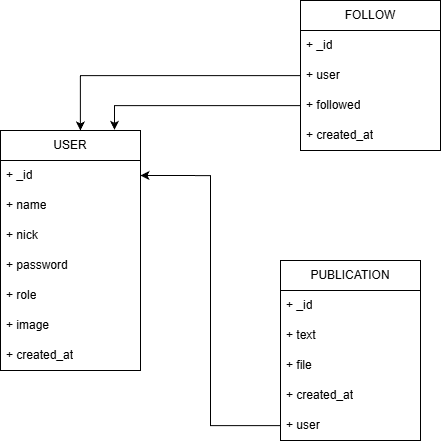
Above: api-rest/database/Diagram.drawio.png in Ezagu/red-social (draw.io), before the change. Source tidied: cells renumbered, new cells last; positions are measured from the earlier drawing's top-left corner, leaving out a move shared by most shapes.
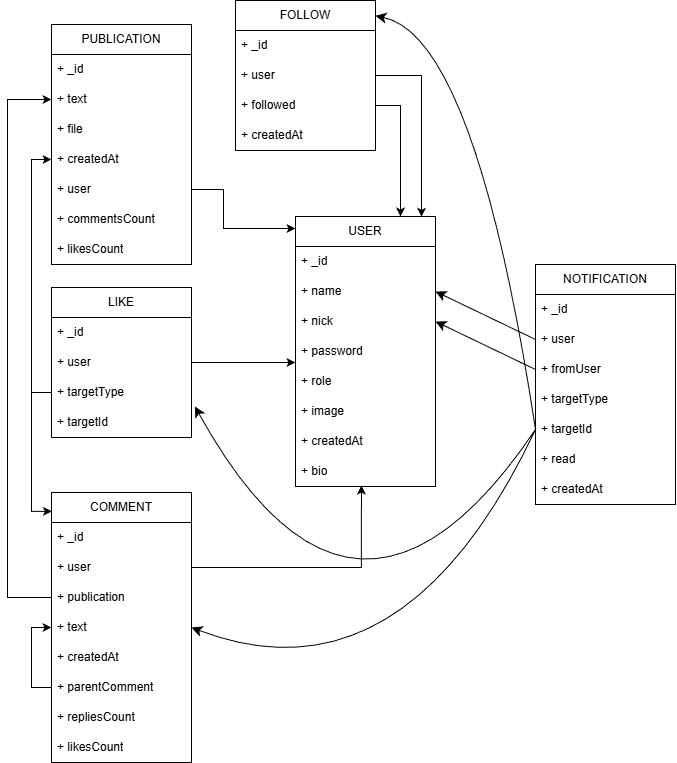
The same diagram one commit later.

The edit, as a diff of the source:
```diff
@@ -3,7 +3,7 @@
     <mxCell id="0" />
     <mxCell id="1" parent="0" />
     <mxCell id="2" value="USER" style="swimlane;fontStyle=0;horizontal=1;startSize=30;whiteSpace=wrap;html=1;" parent="1" vertex="1">
-      <mxGeometry y="130" width="140" height="240" as="geometry" />
+      <mxGeometry x="508" y="134" width="140" height="270" as="geometry" />
     </mxCell>
     <mxCell id="3" value="+ _id" style="text;strokeColor=none;fillColor=none;align=left;verticalAlign=middle;spacingLeft=4;spacingRight=4;overflow=hidden;points=[[0,0.5],[1,0.5]];portConstraint=eastwest;whiteSpace=wrap;html=1;" parent="2" vertex="1">
       <mxGeometry y="30" width="140" height="30" as="geometry" />
@@ -23,11 +23,14 @@
     <mxCell id="8" value="+ image" style="text;strokeColor=none;fillColor=none;align=left;verticalAlign=middle;spacingLeft=4;spacingRight=4;overflow=hidden;whiteSpace=wrap;html=1;" parent="2" vertex="1">
       <mxGeometry y="180" width="140" height="30" as="geometry" />
     </mxCell>
-    <mxCell id="9" value="+ created_at" style="text;strokeColor=none;fillColor=none;align=left;verticalAlign=middle;spacingLeft=4;spacingRight=4;overflow=hidden;whiteSpace=wrap;html=1;" parent="2" vertex="1">
+    <mxCell id="9" value="+ createdAt" style="text;strokeColor=none;fillColor=none;align=left;verticalAlign=middle;spacingLeft=4;spacingRight=4;overflow=hidden;whiteSpace=wrap;html=1;" parent="2" vertex="1">
       <mxGeometry y="210" width="140" height="30" as="geometry" />
     </mxCell>
+    <mxCell id="24" value="+ bio" style="text;strokeColor=none;fillColor=none;align=left;verticalAlign=middle;spacingLeft=4;spacingRight=4;overflow=hidden;points=[[0,0.5],[1,0.5]];portConstraint=eastwest;whiteSpace=wrap;html=1;" parent="2" vertex="1">
+      <mxGeometry y="240" width="140" height="30" as="geometry" />
+    </mxCell>
     <mxCell id="10" value="PUBLICATION" style="swimlane;fontStyle=0;horizontal=1;startSize=30;whiteSpace=wrap;html=1;" parent="1" vertex="1">
-      <mxGeometry x="280" y="260" width="140" height="180" as="geometry" />
+      <mxGeometry x="264" y="-58" width="140" height="240" as="geometry" />
     </mxCell>
     <mxCell id="11" value="+ _id" style="text;strokeColor=none;fillColor=none;align=left;verticalAlign=middle;spacingLeft=4;spacingRight=4;overflow=hidden;whiteSpace=wrap;html=1;" parent="10" vertex="1">
       <mxGeometry y="30" width="140" height="30" as="geometry" />
@@ -38,17 +41,20 @@
     <mxCell id="13" value="+ file" style="text;strokeColor=none;fillColor=none;align=left;verticalAlign=middle;spacingLeft=4;spacingRight=4;overflow=hidden;whiteSpace=wrap;html=1;" parent="10" vertex="1">
       <mxGeometry y="90" width="140" height="30" as="geometry" />
     </mxCell>
-    <mxCell id="14" value="+ created_at" style="text;strokeColor=none;fillColor=none;align=left;verticalAlign=middle;spacingLeft=4;spacingRight=4;overflow=hidden;points=[[0,0.5],[1,0.5]];portConstraint=eastwest;whiteSpace=wrap;html=1;" parent="10" vertex="1">
+    <mxCell id="14" value="+ createdAt" style="text;strokeColor=none;fillColor=none;align=left;verticalAlign=middle;spacingLeft=4;spacingRight=4;overflow=hidden;points=[[0,0.5],[1,0.5]];portConstraint=eastwest;whiteSpace=wrap;html=1;" parent="10" vertex="1">
       <mxGeometry y="120" width="140" height="30" as="geometry" />
     </mxCell>
     <mxCell id="15" value="+ user" style="text;strokeColor=none;fillColor=none;align=left;verticalAlign=middle;spacingLeft=4;spacingRight=4;overflow=hidden;points=[[0,0.5],[1,0.5]];portConstraint=eastwest;whiteSpace=wrap;html=1;" parent="10" vertex="1">
       <mxGeometry y="150" width="140" height="30" as="geometry" />
     </mxCell>
-    <mxCell id="16" style="edgeStyle=orthogonalEdgeStyle;rounded=0;jettySize=auto;html=1;entryX=1;entryY=0.5;entryDx=0;entryDy=0;" parent="1" edge="1" source="15" target="3">
-      <mxGeometry relative="1" as="geometry" />
-    </mxCell>
+    <mxCell id="25" value="+ commentsCount" style="text;strokeColor=none;fillColor=none;align=left;verticalAlign=middle;spacingLeft=4;spacingRight=4;overflow=hidden;whiteSpace=wrap;html=1;" parent="10" vertex="1">
+      <mxGeometry y="180" width="140" height="30" as="geometry" />
+    </mxCell>
+    <mxCell id="26" value="+ likesCount" style="text;strokeColor=none;fillColor=none;align=left;verticalAlign=middle;spacingLeft=4;spacingRight=4;overflow=hidden;whiteSpace=wrap;html=1;" parent="10" vertex="1">
+      <mxGeometry y="210" width="140" height="30" as="geometry" />
+    </mxCell>
     <mxCell id="17" value="FOLLOW" style="swimlane;fontStyle=0;horizontal=1;startSize=30;whiteSpace=wrap;html=1;" parent="1" vertex="1">
-      <mxGeometry x="300" width="140" height="150" as="geometry" />
+      <mxGeometry x="448" y="-82" width="140" height="150" as="geometry" />
     </mxCell>
     <mxCell id="18" value="+ _id" style="text;strokeColor=none;fillColor=none;align=left;verticalAlign=middle;spacingLeft=4;spacingRight=4;overflow=hidden;whiteSpace=wrap;html=1;" parent="17" vertex="1">
       <mxGeometry y="30" width="140" height="30" as="geometry" />
@@ -59,14 +65,143 @@
     <mxCell id="20" value="+ followed" style="text;strokeColor=none;fillColor=none;align=left;verticalAlign=middle;spacingLeft=4;spacingRight=4;overflow=hidden;points=[[0,0.5],[1,0.5]];portConstraint=eastwest;whiteSpace=wrap;html=1;" parent="17" vertex="1">
       <mxGeometry y="90" width="140" height="30" as="geometry" />
     </mxCell>
-    <mxCell id="21" value="+ created_at" style="text;strokeColor=none;fillColor=none;align=left;verticalAlign=middle;spacingLeft=4;spacingRight=4;overflow=hidden;whiteSpace=wrap;html=1;" parent="17" vertex="1">
+    <mxCell id="21" value="+ createdAt" style="text;strokeColor=none;fillColor=none;align=left;verticalAlign=middle;spacingLeft=4;spacingRight=4;overflow=hidden;whiteSpace=wrap;html=1;" parent="17" vertex="1">
       <mxGeometry y="120" width="140" height="30" as="geometry" />
     </mxCell>
+    <mxCell id="23" style="edgeStyle=orthogonalEdgeStyle;rounded=0;jettySize=auto;html=1;entryX=0.75;entryY=0;entryDx=0;entryDy=0;" parent="1" edge="1" source="20" target="2">
+      <mxGeometry relative="1" as="geometry" />
+    </mxCell>
+    <mxCell id="27" value="LIKE" style="swimlane;fontStyle=0;horizontal=1;startSize=30;whiteSpace=wrap;html=1;" parent="1" vertex="1">
+      <mxGeometry x="264" y="205" width="140" height="150" as="geometry" />
+    </mxCell>
+    <mxCell id="28" value="+ _id" style="text;strokeColor=none;fillColor=none;align=left;verticalAlign=middle;spacingLeft=4;spacingRight=4;overflow=hidden;whiteSpace=wrap;html=1;" parent="27" vertex="1">
+      <mxGeometry y="30" width="140" height="30" as="geometry" />
+    </mxCell>
+    <mxCell id="29" value="+ user" style="text;strokeColor=none;fillColor=none;align=left;verticalAlign=middle;spacingLeft=4;spacingRight=4;overflow=hidden;points=[[0,0.5],[1,0.5]];portConstraint=eastwest;whiteSpace=wrap;html=1;" parent="27" vertex="1">
+      <mxGeometry y="60" width="140" height="30" as="geometry" />
+    </mxCell>
+    <mxCell id="30" value="+ targetType" style="text;strokeColor=none;fillColor=none;align=left;verticalAlign=middle;spacingLeft=4;spacingRight=4;overflow=hidden;points=[[0,0.5],[1,0.5]];portConstraint=eastwest;whiteSpace=wrap;html=1;" parent="27" vertex="1">
+      <mxGeometry y="90" width="140" height="30" as="geometry" />
+    </mxCell>
+    <mxCell id="31" value="+ targetId" style="text;strokeColor=none;fillColor=none;align=left;verticalAlign=middle;spacingLeft=4;spacingRight=4;overflow=hidden;points=[[0,0.5],[1,0.5]];portConstraint=eastwest;whiteSpace=wrap;html=1;" parent="27" vertex="1">
+      <mxGeometry y="120" width="140" height="30" as="geometry" />
+    </mxCell>
+    <mxCell id="32" style="edgeStyle=orthogonalEdgeStyle;rounded=0;jettySize=auto;html=1;exitX=1;exitY=0.5;exitDx=0;exitDy=0;entryX=1;entryY=0.5;entryDx=0;entryDy=0;" parent="1" edge="1" target="14">
+      <mxGeometry relative="1" as="geometry" />
+    </mxCell>
+    <mxCell id="33" value="COMMENT" style="swimlane;fontStyle=0;horizontal=1;startSize=30;whiteSpace=wrap;html=1;" parent="1" vertex="1">
+      <mxGeometry x="264" y="410" width="140" height="270" as="geometry" />
+    </mxCell>
+    <mxCell id="34" value="+ _id" style="text;strokeColor=none;fillColor=none;align=left;verticalAlign=middle;spacingLeft=4;spacingRight=4;overflow=hidden;whiteSpace=wrap;html=1;" parent="33" vertex="1">
+      <mxGeometry y="30" width="140" height="30" as="geometry" />
+    </mxCell>
+    <mxCell id="35" value="+ user" style="text;strokeColor=none;fillColor=none;align=left;verticalAlign=middle;spacingLeft=4;spacingRight=4;overflow=hidden;points=[[0,0.5],[1,0.5]];portConstraint=eastwest;whiteSpace=wrap;html=1;" parent="33" vertex="1">
+      <mxGeometry y="60" width="140" height="30" as="geometry" />
+    </mxCell>
+    <mxCell id="36" value="+ publication" style="text;strokeColor=none;fillColor=none;align=left;verticalAlign=middle;spacingLeft=4;spacingRight=4;overflow=hidden;points=[[0,0.5],[1,0.5]];portConstraint=eastwest;whiteSpace=wrap;html=1;" parent="33" vertex="1">
+      <mxGeometry y="90" width="140" height="30" as="geometry" />
+    </mxCell>
+    <mxCell id="37" value="+ text" style="text;strokeColor=none;fillColor=none;align=left;verticalAlign=middle;spacingLeft=4;spacingRight=4;overflow=hidden;points=[[0,0.5],[1,0.5]];portConstraint=eastwest;whiteSpace=wrap;html=1;" parent="33" vertex="1">
+      <mxGeometry y="120" width="140" height="30" as="geometry" />
+    </mxCell>
+    <mxCell id="38" value="+ createdAt" style="text;strokeColor=none;fillColor=none;align=left;verticalAlign=middle;spacingLeft=4;spacingRight=4;overflow=hidden;whiteSpace=wrap;html=1;" parent="33" vertex="1">
+      <mxGeometry y="150" width="140" height="30" as="geometry" />
+    </mxCell>
+    <mxCell id="39" value="+ parentComment" style="text;strokeColor=none;fillColor=none;align=left;verticalAlign=middle;spacingLeft=4;spacingRight=4;overflow=hidden;points=[[0,0.5],[1,0.5]];portConstraint=eastwest;whiteSpace=wrap;html=1;" parent="33" vertex="1">
+      <mxGeometry y="180" width="140" height="30" as="geometry" />
+    </mxCell>
+    <mxCell id="40" value="+ repliesCount" style="text;strokeColor=none;fillColor=none;align=left;verticalAlign=middle;spacingLeft=4;spacingRight=4;overflow=hidden;whiteSpace=wrap;html=1;" parent="33" vertex="1">
+      <mxGeometry y="210" width="140" height="30" as="geometry" />
+    </mxCell>
+    <mxCell id="41" value="+ likesCount" style="text;strokeColor=none;fillColor=none;align=left;verticalAlign=middle;spacingLeft=4;spacingRight=4;overflow=hidden;whiteSpace=wrap;html=1;" parent="33" vertex="1">
+      <mxGeometry y="240" width="140" height="30" as="geometry" />
+    </mxCell>
+    <mxCell id="42" style="edgeStyle=orthogonalEdgeStyle;rounded=0;jettySize=auto;html=1;entryX=0;entryY=0.5;entryDx=0;entryDy=0;" parent="33" edge="1" source="39" target="37">
+      <mxGeometry relative="1" as="geometry" />
+    </mxCell>
+    <mxCell id="43" style="edgeStyle=orthogonalEdgeStyle;rounded=0;jettySize=auto;html=1;entryX=0.003;entryY=0.07;entryDx=0;entryDy=0;entryPerimeter=0;" parent="1" edge="1" source="30" target="33">
+      <mxGeometry relative="1" as="geometry" />
+    </mxCell>
+    <mxCell id="44" style="edgeStyle=orthogonalEdgeStyle;rounded=0;jettySize=auto;html=1;entryX=0;entryY=0.5;entryDx=0;entryDy=0;" parent="1" edge="1" source="30" target="14">
+      <mxGeometry relative="1" as="geometry" />
+    </mxCell>
+    <mxCell id="45" style="edgeStyle=orthogonalEdgeStyle;rounded=0;jettySize=auto;html=1;exitX=1;exitY=0.5;exitDx=0;exitDy=0;" parent="1" edge="1" source="15">
+      <mxGeometry relative="1" as="geometry">
+        <mxPoint x="508" y="146" as="targetPoint" />
+        <Array as="points">
+          <mxPoint x="436" y="107" />
+          <mxPoint x="436" y="146" />
+          <mxPoint x="508" y="146" />
+        </Array>
+      </mxGeometry>
+    </mxCell>
+    <mxCell id="46" style="edgeStyle=orthogonalEdgeStyle;rounded=0;jettySize=auto;html=1;entryX=0.471;entryY=0.967;entryDx=0;entryDy=0;entryPerimeter=0;" parent="1" edge="1" source="35" target="24">
+      <mxGeometry relative="1" as="geometry" />
+    </mxCell>
+    <mxCell id="47" style="edgeStyle=orthogonalEdgeStyle;rounded=0;jettySize=auto;html=1;entryX=0;entryY=0.5;entryDx=0;entryDy=0;" parent="1" edge="1" source="36" target="12">
+      <mxGeometry relative="1" as="geometry">
+        <Array as="points">
+          <mxPoint x="220" y="515" />
+          <mxPoint x="220" y="17" />
+        </Array>
+      </mxGeometry>
+    </mxCell>
+    <mxCell id="48" style="edgeStyle=orthogonalEdgeStyle;rounded=0;jettySize=auto;html=1;exitX=1;exitY=0.5;exitDx=0;exitDy=0;entryX=0;entryY=0.867;entryDx=0;entryDy=0;entryPerimeter=0;" parent="1" edge="1" source="29" target="6">
+      <mxGeometry relative="1" as="geometry" />
+    </mxCell>
-    <mxCell id="22" style="edgeStyle=orthogonalEdgeStyle;rounded=0;jettySize=auto;html=1;entryX=0.571;entryY=0;entryDx=0;entryDy=0;entryPerimeter=0;" parent="1" edge="1" source="19" target="2">
+    <mxCell id="22" style="edgeStyle=orthogonalEdgeStyle;rounded=0;jettySize=auto;html=1;entryX=0.9;entryY=0.001;entryDx=0;entryDy=0;entryPerimeter=0;" parent="1" edge="1" source="19" target="2">
       <mxGeometry relative="1" as="geometry" />
     </mxCell>
-    <mxCell id="23" style="edgeStyle=orthogonalEdgeStyle;rounded=0;jettySize=auto;html=1;entryX=0.814;entryY=-0.003;entryDx=0;entryDy=0;entryPerimeter=0;" parent="1" edge="1" source="20" target="2">
-      <mxGeometry relative="1" as="geometry" />
-    </mxCell>
+    <mxCell id="49" value="NOTIFICATION" style="swimlane;fontStyle=0;horizontal=1;startSize=30;whiteSpace=wrap;html=1;" parent="1" vertex="1">
+      <mxGeometry x="748" y="182" width="140" height="240" as="geometry" />
+    </mxCell>
+    <mxCell id="50" value="+ _id" style="text;strokeColor=none;fillColor=none;align=left;verticalAlign=middle;spacingLeft=4;spacingRight=4;overflow=hidden;whiteSpace=wrap;html=1;" parent="49" vertex="1">
+      <mxGeometry y="30" width="140" height="30" as="geometry" />
+    </mxCell>
+    <mxCell id="51" value="+ user" style="text;strokeColor=none;fillColor=none;align=left;verticalAlign=middle;spacingLeft=4;spacingRight=4;overflow=hidden;points=[[0,0.5],[1,0.5]];portConstraint=eastwest;whiteSpace=wrap;html=1;" parent="49" vertex="1">
+      <mxGeometry y="60" width="140" height="30" as="geometry" />
+    </mxCell>
+    <mxCell id="52" value="+ fromUser" style="text;strokeColor=none;fillColor=none;align=left;verticalAlign=middle;spacingLeft=4;spacingRight=4;overflow=hidden;points=[[0,0.5],[1,0.5]];portConstraint=eastwest;whiteSpace=wrap;html=1;" parent="49" vertex="1">
+      <mxGeometry y="90" width="140" height="30" as="geometry" />
+    </mxCell>
+    <mxCell id="53" value="+ targetType" style="text;strokeColor=none;fillColor=none;align=left;verticalAlign=middle;spacingLeft=4;spacingRight=4;overflow=hidden;whiteSpace=wrap;html=1;" parent="49" vertex="1">
+      <mxGeometry y="120" width="140" height="30" as="geometry" />
+    </mxCell>
+    <mxCell id="54" value="+ targetId" style="text;strokeColor=none;fillColor=none;align=left;verticalAlign=middle;spacingLeft=4;spacingRight=4;overflow=hidden;points=[[0,0.5],[1,0.5]];portConstraint=eastwest;whiteSpace=wrap;html=1;" parent="49" vertex="1">
+      <mxGeometry y="150" width="140" height="30" as="geometry" />
+    </mxCell>
+    <mxCell id="55" value="+ read" style="text;strokeColor=none;fillColor=none;align=left;verticalAlign=middle;spacingLeft=4;spacingRight=4;overflow=hidden;whiteSpace=wrap;html=1;" parent="49" vertex="1">
+      <mxGeometry y="180" width="140" height="30" as="geometry" />
+    </mxCell>
+    <mxCell id="56" value="+ createdAt" style="text;strokeColor=none;fillColor=none;align=left;verticalAlign=middle;spacingLeft=4;spacingRight=4;overflow=hidden;whiteSpace=wrap;html=1;" parent="49" vertex="1">
+      <mxGeometry y="210" width="140" height="30" as="geometry" />
+    </mxCell>
+    <mxCell id="57" style="endArrow=classic;html=1;rounded=0;fontSize=12;startSize=8;endSize=8;curved=1;exitX=0;exitY=0.5;exitDx=0;exitDy=0;entryX=1;entryY=0.5;entryDx=0;entryDy=0;" parent="1" edge="1" source="51" target="4">
+      <mxGeometry relative="1" as="geometry" />
+    </mxCell>
+    <mxCell id="58" style="edgeStyle=none;curved=1;rounded=0;jettySize=auto;html=1;entryX=1;entryY=0.5;entryDx=0;entryDy=0;fontSize=12;startSize=8;endSize=8;exitX=0;exitY=0.5;exitDx=0;exitDy=0;" parent="1" edge="1" source="52" target="5">
+      <mxGeometry relative="1" as="geometry" />
+    </mxCell>
+    <mxCell id="59" style="edgeStyle=none;curved=1;rounded=0;jettySize=auto;html=1;entryX=1;entryY=0.5;entryDx=0;entryDy=0;fontSize=12;startSize=8;endSize=8;exitX=0;exitY=0.5;exitDx=0;exitDy=0;" parent="1" edge="1" source="54" target="37">
+      <mxGeometry relative="1" as="geometry">
+        <Array as="points">
+          <mxPoint x="616" y="626" />
+        </Array>
+      </mxGeometry>
+    </mxCell>
+    <mxCell id="60" style="edgeStyle=none;curved=1;rounded=0;jettySize=auto;html=1;exitX=0;exitY=0.5;exitDx=0;exitDy=0;entryX=1;entryY=0.102;entryDx=0;entryDy=0;entryPerimeter=0;fontSize=12;startSize=8;endSize=8;" parent="1" edge="1" source="54" target="17">
+      <mxGeometry relative="1" as="geometry">
+        <Array as="points">
+          <mxPoint x="688" y="-46" />
+        </Array>
+      </mxGeometry>
+    </mxCell>
+    <mxCell id="61" style="edgeStyle=none;curved=1;rounded=0;jettySize=auto;html=1;exitX=0;exitY=0.5;exitDx=0;exitDy=0;entryX=1.024;entryY=-0.039;entryDx=0;entryDy=0;entryPerimeter=0;fontSize=12;startSize=8;endSize=8;" parent="1" edge="1" source="54" target="31">
+      <mxGeometry relative="1" as="geometry">
+        <Array as="points">
+          <mxPoint x="568" y="614" />
+        </Array>
+      </mxGeometry>
+    </mxCell>
   </root>
 </mxGraphModel>
```
